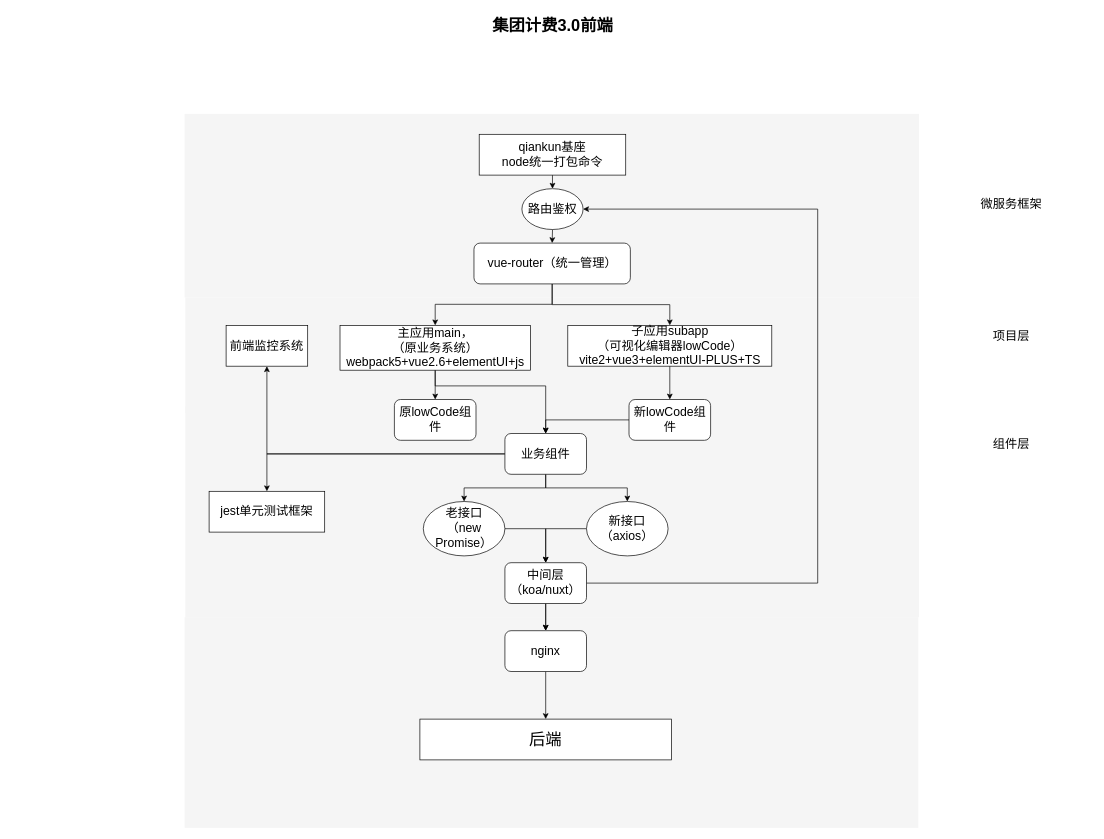
The draw.io diagram Untitled Diagram.drawio in YJnan/tj-, before the edit. Source tidied: cells renumbered, new cells numbered last; positions are measured from the earlier drawing's top-left corner, leaving out a move shared by most shapes. Both pictures are drawn from the tidied source at 68%, with x=0, y=0 at pixel (11, 12).
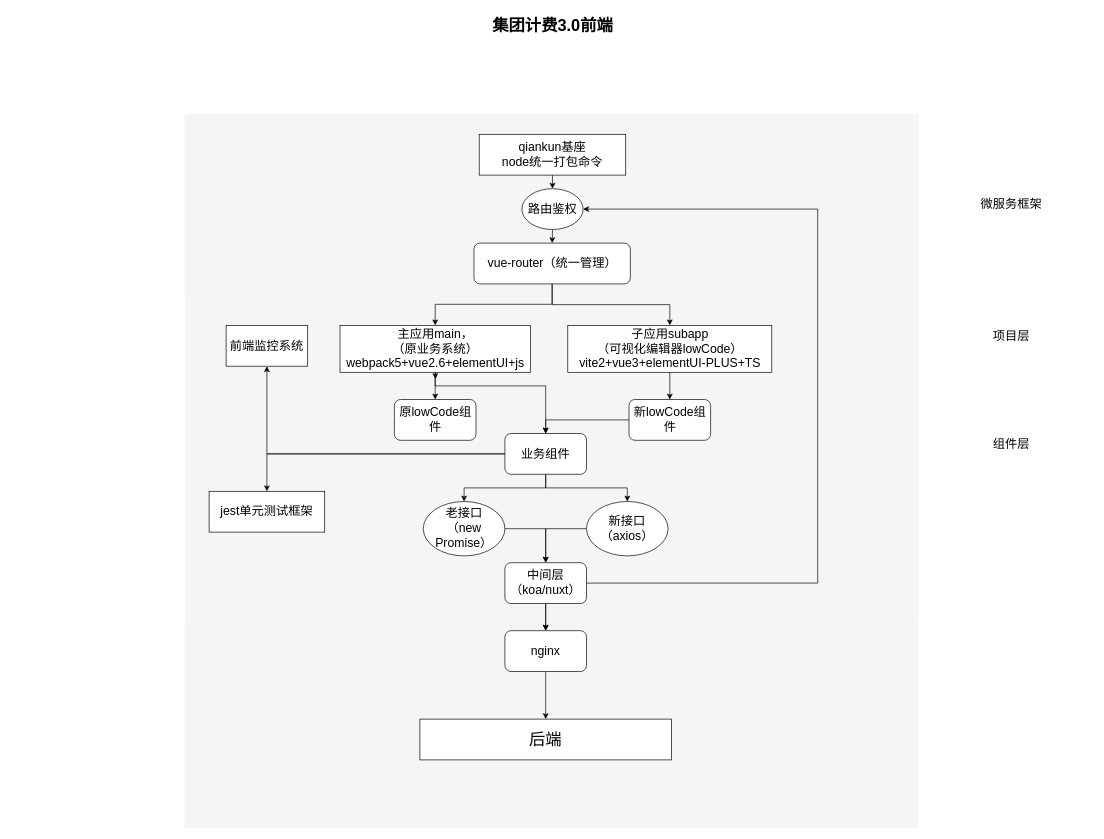
The same page after the edit.

Diff of the diagram source:
```diff
@@
+    <mxCell id="44" style="edgeStyle=orthogonalEdgeStyle;rounded=0;jettySize=auto;html=1;exitX=0.5;exitY=1;exitDx=0;exitDy=0;" parent="1" edge="1" source="20">
+      <mxGeometry relative="1" as="geometry">
+        <mxPoint x="624.1" y="540" as="targetPoint" />
+      </mxGeometry>
+    </mxCell>
     <mxCell id="20" value="&lt;font style=&quot;font-size: 18px&quot;&gt;主应用main，&lt;br&gt;（原业务系统）&lt;br&gt;webpack5+vue2.6+elementUI+js&lt;/font&gt;" style="rounded=0;whiteSpace=wrap;html=1;" parent="1" vertex="1">
-      <mxGeometry x="483.5" y="461" width="280" height="65.9" as="geometry" />
+      <mxGeometry x="483.5" y="461" width="280" height="69" as="geometry" />
     </mxCell>
@@
     <mxCell id="22" value="&lt;font style=&quot;font-size: 18px&quot;&gt;子应用subapp&lt;br&gt;（可视化编辑器lowCode）&lt;br&gt;vite2+vue3+elementUI-PLUS+TS&lt;/font&gt;" style="rounded=0;whiteSpace=wrap;html=1;" parent="1" vertex="1">
-      <mxGeometry x="818.5" y="461" width="300" height="60" as="geometry" />
+      <mxGeometry x="818.5" y="461" width="300" height="69" as="geometry" />
     </mxCell>
```
